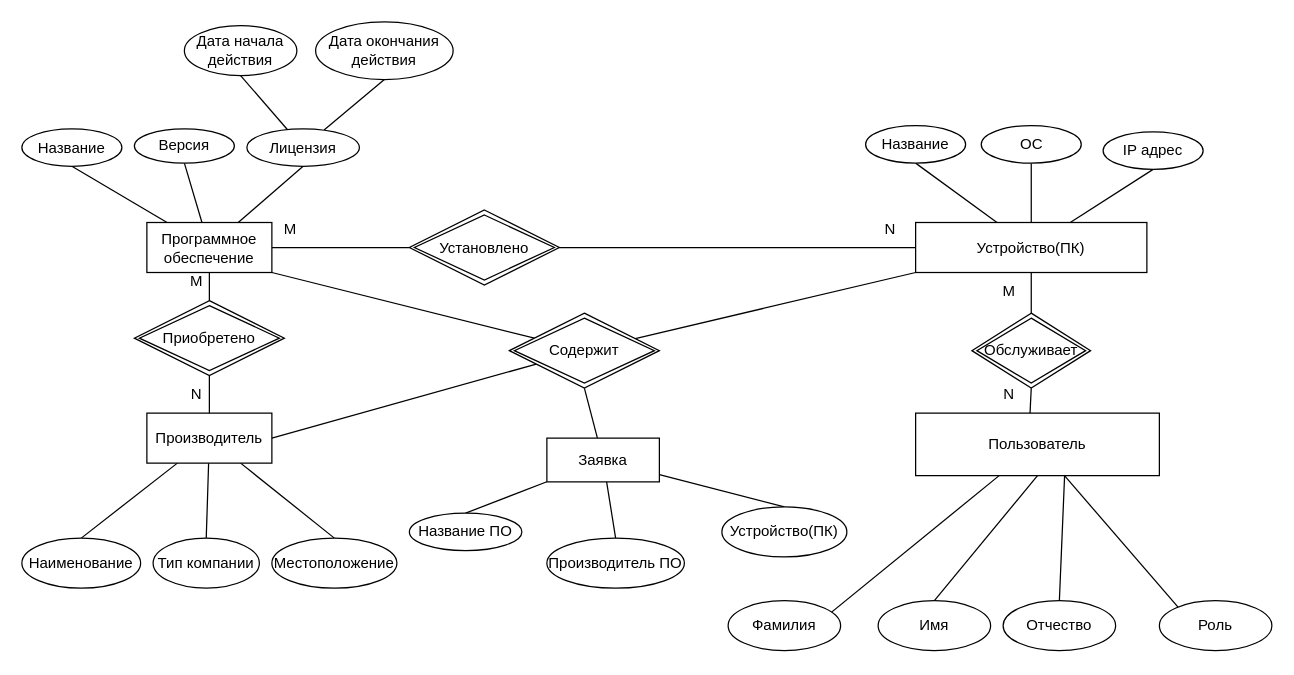
Earlier version of the draw.io diagram diagrams/ER диаграмма.drawio (thendontuser/Software-Accounting). Source tidied: cells renumbered, new cells numbered last; positions are measured from the earlier drawing's top-left corner, leaving out a move shared by most shapes. Both pictures are drawn from the tidied source at 125%, with x=0, y=0 at pixel (21, 21).
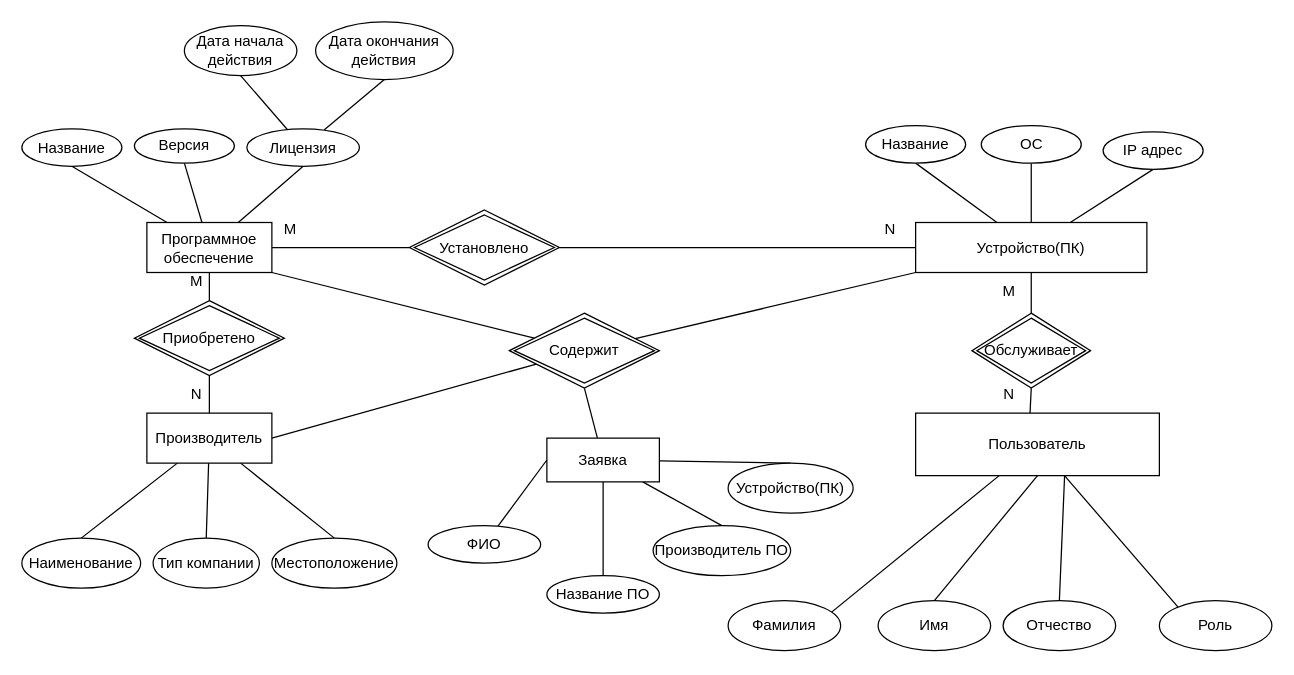
Above is the later version.

Unchanged cells that the change refers to:
```xml
<mxCell id="55" value="Заявка" style="rounded=0;whiteSpace=wrap;html=1;" parent="1" vertex="1">
  <mxGeometry x="420" y="333" width="90" height="35" as="geometry" />
</mxCell>
```

The edit, as a diff of the source:
```diff
@@
     <mxCell id="56" value="Название ПО" style="ellipse;whiteSpace=wrap;html=1;" parent="1" vertex="1">
-      <mxGeometry x="310" y="393" width="90" height="30" as="geometry" />
+      <mxGeometry x="420" y="443" width="90" height="30" as="geometry" />
     </mxCell>
     <mxCell id="57" value="Производитель ПО" style="ellipse;whiteSpace=wrap;html=1;" parent="1" vertex="1">
-      <mxGeometry x="420" y="413" width="110" height="40" as="geometry" />
+      <mxGeometry x="505" y="403" width="110" height="40" as="geometry" />
     </mxCell>
     <mxCell id="58" value="Устройство(ПК)" style="ellipse;whiteSpace=wrap;html=1;" parent="1" vertex="1">
-      <mxGeometry x="560" y="388" width="100" height="40" as="geometry" />
+      <mxGeometry x="565" y="353" width="100" height="40" as="geometry" />
     </mxCell>
@@
+    <mxCell id="64" style="rounded=0;jettySize=auto;html=1;entryX=0;entryY=0.5;entryDx=0;entryDy=0;endArrow=none;endFill=0;" parent="1" edge="1" source="65" target="55">
+      <mxGeometry relative="1" as="geometry" />
+    </mxCell>
+    <mxCell id="65" value="ФИО" style="ellipse;whiteSpace=wrap;html=1;" parent="1" vertex="1">
+      <mxGeometry x="325" y="403" width="90" height="30" as="geometry" />
+    </mxCell>
```
